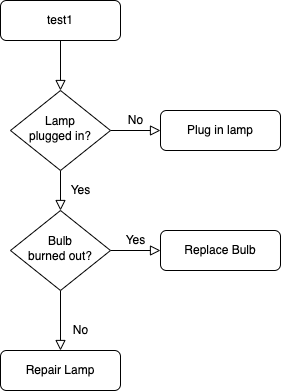
Earlier version of the draw.io export docs/images/test.png (dcp-xp/dcp-xp.github.io). Source tidied: cells renumbered, new cells last; positions are measured from the earlier drawing's top-left corner, leaving out a move shared by most shapes.
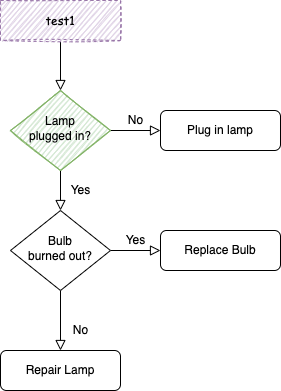
After the change.

Diff of the diagram source:
```diff
@@ -5,7 +5,7 @@
     <mxCell id="2" style="rounded=0;html=1;jettySize=auto;fontSize=11;endArrow=block;endFill=0;endSize=8;strokeWidth=1;shadow=0;labelBackgroundColor=none;edgeStyle=orthogonalEdgeStyle;" parent="1" edge="1" source="3" target="6">
       <mxGeometry relative="1" as="geometry" />
     </mxCell>
-    <mxCell id="3" value="test1" style="rounded=1;whiteSpace=wrap;html=1;fontSize=12;glass=0;strokeWidth=1;shadow=0;" parent="1" vertex="1">
+    <mxCell id="3" value="test1" style="rounded=0;whiteSpace=wrap;html=1;fontSize=12;glass=0;strokeWidth=1;shadow=0;fillColor=#e1d5e7;gradientDirection=north;strokeColor=#9673a6;sketch=1;fillStyle=auto;dashed=1;fontFamily=Comic Sans MS;gradientColor=none;" parent="1" vertex="1">
       <mxGeometry width="120" height="40" as="geometry" />
     </mxCell>
     <mxCell id="4" value="Yes" style="rounded=0;html=1;jettySize=auto;fontSize=11;endArrow=block;endFill=0;endSize=8;strokeWidth=1;shadow=0;labelBackgroundColor=none;edgeStyle=orthogonalEdgeStyle;" parent="1" edge="1" source="6" target="10">
@@ -14,7 +14,7 @@
     <mxCell id="5" value="No" style="edgeStyle=orthogonalEdgeStyle;rounded=0;html=1;jettySize=auto;fontSize=11;endArrow=block;endFill=0;endSize=8;strokeWidth=1;shadow=0;labelBackgroundColor=none;" parent="1" edge="1" source="6" target="7">
       <mxGeometry y="10" relative="1" as="geometry" />
     </mxCell>
-    <mxCell id="6" value="Lamp&lt;br&gt;plugged in?" style="rhombus;whiteSpace=wrap;html=1;shadow=0;fontFamily=Helvetica;fontSize=12;align=center;strokeWidth=1;spacing=6;spacingTop=-4;" parent="1" vertex="1">
+    <mxCell id="6" value="Lamp&lt;br&gt;plugged in?" style="rhombus;whiteSpace=wrap;html=1;shadow=0;fontFamily=Helvetica;fontSize=12;align=center;strokeWidth=1;spacing=6;spacingTop=-4;fillColor=#d5e8d4;strokeColor=#82b366;sketch=1;" parent="1" vertex="1">
       <mxGeometry x="10" y="90" width="100" height="80" as="geometry" />
     </mxCell>
     <mxCell id="7" value="Plug in lamp" style="rounded=1;whiteSpace=wrap;html=1;fontSize=12;glass=0;strokeWidth=1;shadow=0;" parent="1" vertex="1">
```
